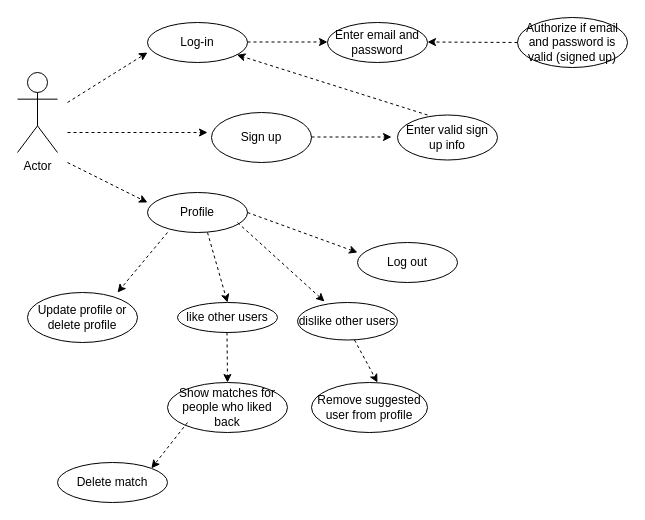
Elena51513155/Eksamenendelig keeps this draw.io diagram as page "Page-1" (1 of 2) of Untitled Diagram.drawio. Above is the earlier version. Source tidied: cells renumbered, new cells numbered last; positions are measured from the earlier drawing's top-left corner, leaving out a move shared by most shapes. Both pictures are drawn from the tidied source at 100%, with x=0, y=0 at pixel (17, 17).
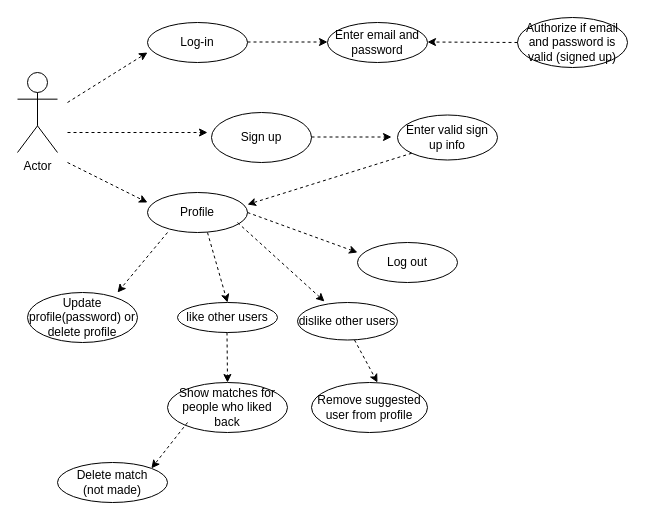
The same page after the edit.

Unchanged cells that the change refers to:
```xml
<mxCell id="5" value="Log-in" style="ellipse;whiteSpace=wrap;html=1;" parent="1" vertex="1">
  <mxGeometry x="130" y="5" width="100" height="40" as="geometry" />
</mxCell>
<mxCell id="7" value="Profile" style="ellipse;whiteSpace=wrap;html=1;" parent="1" vertex="1">
  <mxGeometry x="130" y="175" width="100" height="40" as="geometry" />
</mxCell>
<mxCell id="9" value="Enter valid sign up info" style="ellipse;whiteSpace=wrap;html=1;" parent="1" vertex="1">
  <mxGeometry x="380" y="97.5" width="100" height="45" as="geometry" />
</mxCell>
```

Diff of the diagram source:
```diff
@@
-    <mxCell id="15" value="Update profile or delete profile" style="ellipse;whiteSpace=wrap;html=1;" parent="1" vertex="1">
+    <mxCell id="15" value="Update profile(password) or delete profile" style="ellipse;whiteSpace=wrap;html=1;" parent="1" vertex="1">
       <mxGeometry x="10" y="275" width="110" height="50" as="geometry" />
     </mxCell>
@@
-    <mxCell id="25" value="Delete match" style="ellipse;whiteSpace=wrap;html=1;" parent="1" vertex="1">
+    <mxCell id="25" value="Delete match&lt;br&gt;(not made)" style="ellipse;whiteSpace=wrap;html=1;" parent="1" vertex="1">
       <mxGeometry x="40" y="445" width="110" height="40" as="geometry" />
     </mxCell>
@@
-    <mxCell id="29" style="endArrow=classic;dashed=1;html=1;" parent="1" edge="1" target="5">
-      <mxGeometry relative="1" as="geometry">
-        <mxPoint x="410" y="97.5" as="sourcePoint" />
-      </mxGeometry>
+    <mxCell id="29" style="endArrow=classic;dashed=1;html=1;entryX=1;entryY=0.3;entryDx=0;entryDy=0;entryPerimeter=0;exitX=0;exitY=1;exitDx=0;exitDy=0;" parent="1" edge="1" source="9" target="7">
+      <mxGeometry relative="1" as="geometry" />
     </mxCell>
```
